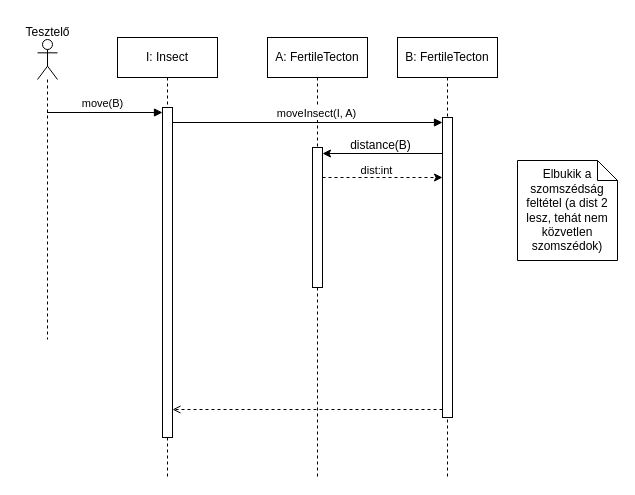
koharzsombor/bandITs keeps this draw.io diagram as page "28." (28 of 35) of 6_szkeleton_beadasa/Pdf-es_formaban_leadando_anyagok/Fuggelekek_anyagai/diagramok/SeqDiags.drawio. Above is the earlier version. Source tidied: cells renumbered, new cells numbered last; positions are measured from the earlier drawing's top-left corner, leaving out a move shared by most shapes. Both pictures are drawn from the tidied source at 100%, with x=0, y=0 at pixel (17, 17).
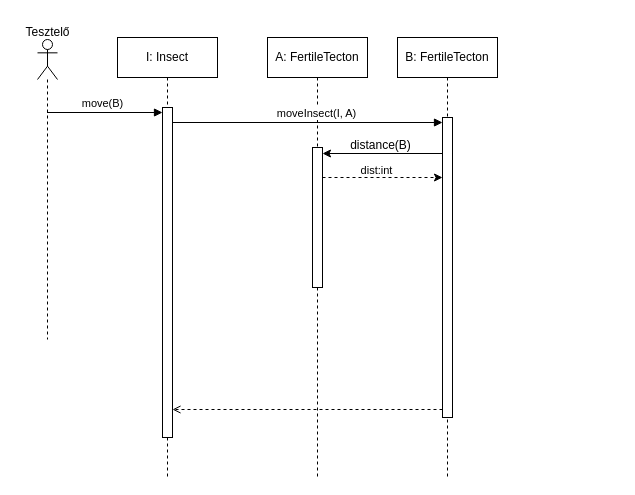
Above is the later version.

Diff of the diagram source:
```diff
@@
-    <mxCell id="14" value="Elbukik a szomszédság feltétel (a dist 2 lesz, tehát nem közvetlen szomszédok)" style="shape=note;size=20;whiteSpace=wrap;html=1;" parent="1" vertex="1">
-      <mxGeometry x="500" y="143" width="100" height="100" as="geometry" />
-    </mxCell>
```
